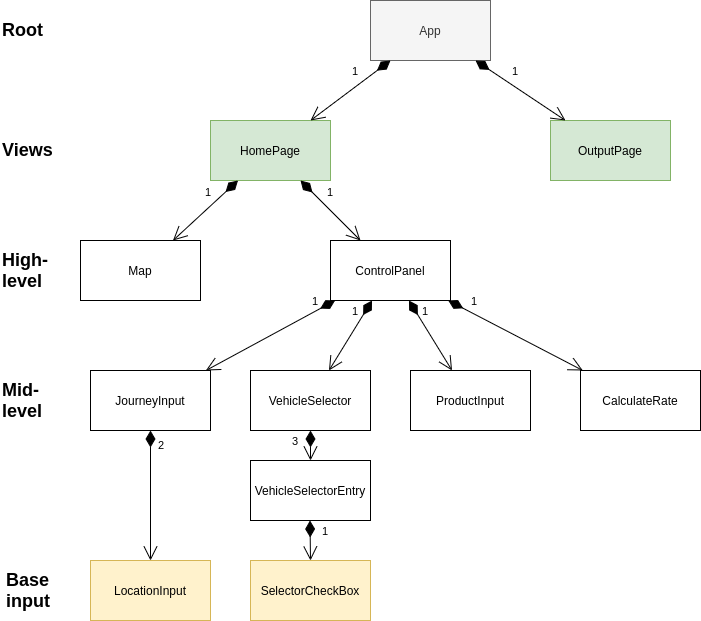
This is documentation/images/architecture.png from GPojoga/Sharing_Logistics_Simulation, a draw.io export, as it was before one commit. Source tidied: cells renumbered, new cells last; positions are measured from the earlier drawing's top-left corner, leaving out a move shared by most shapes. The source it was exported from:
```xml
<mxGraphModel>
  <root>
    <mxCell id="0" />
    <mxCell id="1" parent="0" />
    <mxCell id="2" value="HomePage" style="rounded=0;whiteSpace=wrap;html=1;fillColor=#d5e8d4;strokeColor=#82b366;" parent="1" vertex="1">
      <mxGeometry x="210" y="120" width="120" height="60" as="geometry" />
    </mxCell>
    <mxCell id="3" value="Map" style="rounded=0;whiteSpace=wrap;html=1;" parent="1" vertex="1">
      <mxGeometry x="80" y="240" width="120" height="60" as="geometry" />
    </mxCell>
    <mxCell id="4" value="ControlPanel" style="rounded=0;whiteSpace=wrap;html=1;" parent="1" vertex="1">
      <mxGeometry x="330" y="240" width="120" height="60" as="geometry" />
    </mxCell>
    <mxCell id="5" value="OutputPage" style="rounded=0;whiteSpace=wrap;html=1;fillColor=#d5e8d4;strokeColor=#82b366;" parent="1" vertex="1">
      <mxGeometry x="550" y="120" width="120" height="60" as="geometry" />
    </mxCell>
    <mxCell id="6" value="JourneyInput" style="rounded=0;whiteSpace=wrap;html=1;" parent="1" vertex="1">
      <mxGeometry x="90" y="370" width="120" height="60" as="geometry" />
    </mxCell>
    <mxCell id="7" value="LocationInput" style="rounded=0;whiteSpace=wrap;html=1;fillColor=#fff2cc;strokeColor=#d6b656;" parent="1" vertex="1">
      <mxGeometry x="90" y="560" width="120" height="60" as="geometry" />
    </mxCell>
    <mxCell id="8" value="VehicleSelector" style="rounded=0;whiteSpace=wrap;html=1;" parent="1" vertex="1">
      <mxGeometry x="250" y="370" width="120" height="60" as="geometry" />
    </mxCell>
    <mxCell id="9" value="VehicleSelectorEntry" style="rounded=0;whiteSpace=wrap;html=1;" parent="1" vertex="1">
      <mxGeometry x="250" y="460" width="120" height="60" as="geometry" />
    </mxCell>
    <mxCell id="10" value="SelectorCheckBox" style="rounded=0;whiteSpace=wrap;html=1;fillColor=#fff2cc;strokeColor=#d6b656;" parent="1" vertex="1">
      <mxGeometry x="250" y="560" width="120" height="60" as="geometry" />
    </mxCell>
    <mxCell id="11" value="ProductInput" style="rounded=0;whiteSpace=wrap;html=1;" parent="1" vertex="1">
      <mxGeometry x="410" y="370" width="120" height="60" as="geometry" />
    </mxCell>
    <mxCell id="12" value="App" style="rounded=0;whiteSpace=wrap;html=1;fillColor=#f5f5f5;strokeColor=#666666;fontColor=#333333;" parent="1" vertex="1">
      <mxGeometry x="370" width="120" height="60" as="geometry" />
    </mxCell>
    <mxCell id="13" value="CalculateRate" style="rounded=0;whiteSpace=wrap;html=1;" parent="1" vertex="1">
      <mxGeometry x="580" y="370" width="120" height="60" as="geometry" />
    </mxCell>
    <mxCell id="14" value="&lt;font style=&quot;font-size: 18px&quot;&gt;&lt;b&gt;Root&lt;/b&gt;&lt;/font&gt;" style="text;html=1;align=left;verticalAlign=middle;" parent="1" vertex="1">
      <mxGeometry y="20" width="60" height="20" as="geometry" />
    </mxCell>
    <mxCell id="15" value="&lt;font style=&quot;font-size: 18px&quot;&gt;&lt;b&gt;Views&lt;/b&gt;&lt;/font&gt;" style="text;html=1;align=left;verticalAlign=middle;" parent="1" vertex="1">
      <mxGeometry y="140" width="70" height="20" as="geometry" />
    </mxCell>
    <mxCell id="16" value="&lt;font style=&quot;font-size: 18px&quot;&gt;&lt;b&gt;&lt;font&gt;Hig&lt;/font&gt;&lt;font&gt;&lt;font&gt;h-&lt;br&gt;&lt;/font&gt;level&lt;/font&gt;&lt;/b&gt;&lt;/font&gt;" style="text;html=1;align=left;verticalAlign=middle;" parent="1" vertex="1">
      <mxGeometry y="250" width="60" height="40" as="geometry" />
    </mxCell>
    <mxCell id="17" value="&lt;div style=&quot;text-align: left&quot;&gt;&lt;b&gt;&lt;font style=&quot;font-size: 18px&quot;&gt;Base&lt;/font&gt;&lt;/b&gt;&lt;/div&gt;&lt;b&gt;&lt;div style=&quot;text-align: left&quot;&gt;&lt;b&gt;&lt;font style=&quot;font-size: 18px&quot;&gt;input&amp;nbsp;&lt;/font&gt;&lt;/b&gt;&lt;/div&gt;&lt;/b&gt;" style="text;html=1;align=center;verticalAlign=middle;" parent="1" vertex="1">
      <mxGeometry y="570" width="60" height="40" as="geometry" />
    </mxCell>
    <mxCell id="18" value="1" style="endArrow=open;html=1;endSize=12;startArrow=diamondThin;startSize=14;startFill=1;align=left;verticalAlign=bottom;" parent="1" edge="1" source="12" target="2">
      <mxGeometry x="-0.12" y="-8" relative="1" as="geometry" />
    </mxCell>
    <mxCell id="19" value="1" style="endArrow=open;html=1;endSize=12;startArrow=diamondThin;startSize=14;startFill=1;align=left;verticalAlign=bottom;" parent="1" edge="1" source="12" target="5">
      <mxGeometry x="-0.26" y="3" relative="1" as="geometry" />
    </mxCell>
    <mxCell id="20" value="1" style="endArrow=open;html=1;endSize=12;startArrow=diamondThin;startSize=14;startFill=1;align=left;verticalAlign=bottom;" parent="1" edge="1" source="2" target="3">
      <mxGeometry x="-0.12" y="-8" relative="1" as="geometry" />
    </mxCell>
    <mxCell id="21" value="1" style="endArrow=open;html=1;endSize=12;startArrow=diamondThin;startSize=14;startFill=1;align=left;verticalAlign=bottom;" parent="1" edge="1" source="2" target="4">
      <mxGeometry x="-0.26" y="3" relative="1" as="geometry" />
    </mxCell>
    <mxCell id="22" value="1" style="endArrow=open;html=1;endSize=12;startArrow=diamondThin;startSize=14;startFill=1;align=left;verticalAlign=bottom;" parent="1" edge="1" source="4" target="6">
      <mxGeometry x="-0.64" y="-3" relative="1" as="geometry" />
    </mxCell>
    <mxCell id="23" value="1" style="endArrow=open;html=1;endSize=12;startArrow=diamondThin;startSize=14;startFill=1;align=left;verticalAlign=bottom;" parent="1" edge="1" source="4" target="8">
      <mxGeometry x="-0.31" y="-8" relative="1" as="geometry" />
    </mxCell>
    <mxCell id="24" value="1" style="endArrow=open;html=1;endSize=12;startArrow=diamondThin;startSize=14;startFill=1;align=left;verticalAlign=bottom;" parent="1" edge="1" source="4" target="11">
      <mxGeometry x="-0.44" y="-1" relative="1" as="geometry" />
    </mxCell>
    <mxCell id="25" value="1" style="endArrow=open;html=1;endSize=12;startArrow=diamondThin;startSize=14;startFill=1;align=left;verticalAlign=bottom;" parent="1" edge="1" source="4" target="13">
      <mxGeometry x="-0.68" y="1" relative="1" as="geometry" />
    </mxCell>
    <mxCell id="26" value="3" style="endArrow=open;html=1;endSize=12;startArrow=diamondThin;startSize=14;startFill=1;align=left;verticalAlign=bottom;" parent="1" edge="1" source="8" target="9">
      <mxGeometry x="0.33" y="-20" relative="1" as="geometry" />
    </mxCell>
    <mxCell id="27" value="2" style="endArrow=open;html=1;endSize=12;startArrow=diamondThin;startSize=14;startFill=1;align=left;verticalAlign=bottom;" parent="1" edge="1" source="6" target="7">
      <mxGeometry x="-0.63" y="6" relative="1" as="geometry" />
    </mxCell>
    <mxCell id="28" value="&lt;font style=&quot;font-size: 18px&quot;&gt;&lt;b&gt;&lt;font&gt;&lt;font&gt;Mid-&lt;br&gt;&lt;/font&gt;level&lt;/font&gt;&lt;/b&gt;&lt;/font&gt;" style="text;html=1;align=left;verticalAlign=middle;" parent="1" vertex="1">
      <mxGeometry y="380" width="60" height="40" as="geometry" />
    </mxCell>
    <mxCell id="29" value="1" style="endArrow=open;html=1;endSize=12;startArrow=diamondThin;startSize=14;startFill=1;align=left;verticalAlign=bottom;" parent="1" edge="1">
      <mxGeometry x="0.01" y="10" relative="1" as="geometry">
        <mxPoint x="309.5" y="520" as="sourcePoint" />
        <mxPoint x="310" y="560" as="targetPoint" />
      </mxGeometry>
    </mxCell>
  </root>
</mxGraphModel>
```
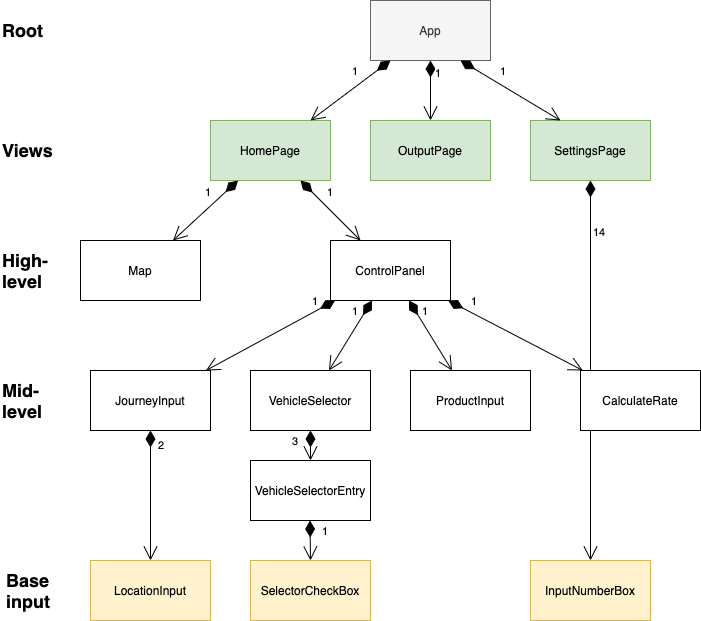
The same diagram one commit later.

Change to the diagram source:
```diff
@@ -2,6 +2,9 @@
   <root>
     <mxCell id="0" />
     <mxCell id="1" parent="0" />
+    <mxCell id="30" value="14" style="endArrow=open;html=1;endSize=12;startArrow=diamondThin;startSize=14;startFill=1;align=left;verticalAlign=bottom;exitX=0.5;exitY=1;exitDx=0;exitDy=0;entryX=0.5;entryY=0;entryDx=0;entryDy=0;" parent="1" edge="1" source="31" target="33">
+      <mxGeometry x="-0.68" y="1" relative="1" as="geometry" />
+    </mxCell>
     <mxCell id="2" value="HomePage" style="rounded=0;whiteSpace=wrap;html=1;fillColor=#d5e8d4;strokeColor=#82b366;" parent="1" vertex="1">
       <mxGeometry x="210" y="120" width="120" height="60" as="geometry" />
     </mxCell>
@@ -12,7 +15,7 @@
       <mxGeometry x="330" y="240" width="120" height="60" as="geometry" />
     </mxCell>
     <mxCell id="5" value="OutputPage" style="rounded=0;whiteSpace=wrap;html=1;fillColor=#d5e8d4;strokeColor=#82b366;" parent="1" vertex="1">
-      <mxGeometry x="550" y="120" width="120" height="60" as="geometry" />
+      <mxGeometry x="370" y="120" width="120" height="60" as="geometry" />
     </mxCell>
     <mxCell id="6" value="JourneyInput" style="rounded=0;whiteSpace=wrap;html=1;" parent="1" vertex="1">
       <mxGeometry x="90" y="370" width="120" height="60" as="geometry" />
@@ -89,5 +92,14 @@
         <mxPoint x="310" y="560" as="targetPoint" />
       </mxGeometry>
     </mxCell>
+    <mxCell id="31" value="SettingsPage" style="rounded=0;whiteSpace=wrap;html=1;fillColor=#d5e8d4;strokeColor=#82b366;" parent="1" vertex="1">
+      <mxGeometry x="530" y="120" width="120" height="60" as="geometry" />
+    </mxCell>
+    <mxCell id="32" value="1" style="endArrow=open;html=1;endSize=12;startArrow=diamondThin;startSize=14;startFill=1;align=left;verticalAlign=bottom;entryX=0.25;entryY=0;entryDx=0;entryDy=0;exitX=0.75;exitY=1;exitDx=0;exitDy=0;" parent="1" edge="1" source="12" target="31">
+      <mxGeometry x="-0.26" y="3" relative="1" as="geometry" />
+    </mxCell>
+    <mxCell id="33" value="InputNumberBox" style="rounded=0;whiteSpace=wrap;html=1;fillColor=#fff2cc;strokeColor=#d6b656;" parent="1" vertex="1">
+      <mxGeometry x="530" y="560" width="120" height="60" as="geometry" />
+    </mxCell>
   </root>
 </mxGraphModel>
```
